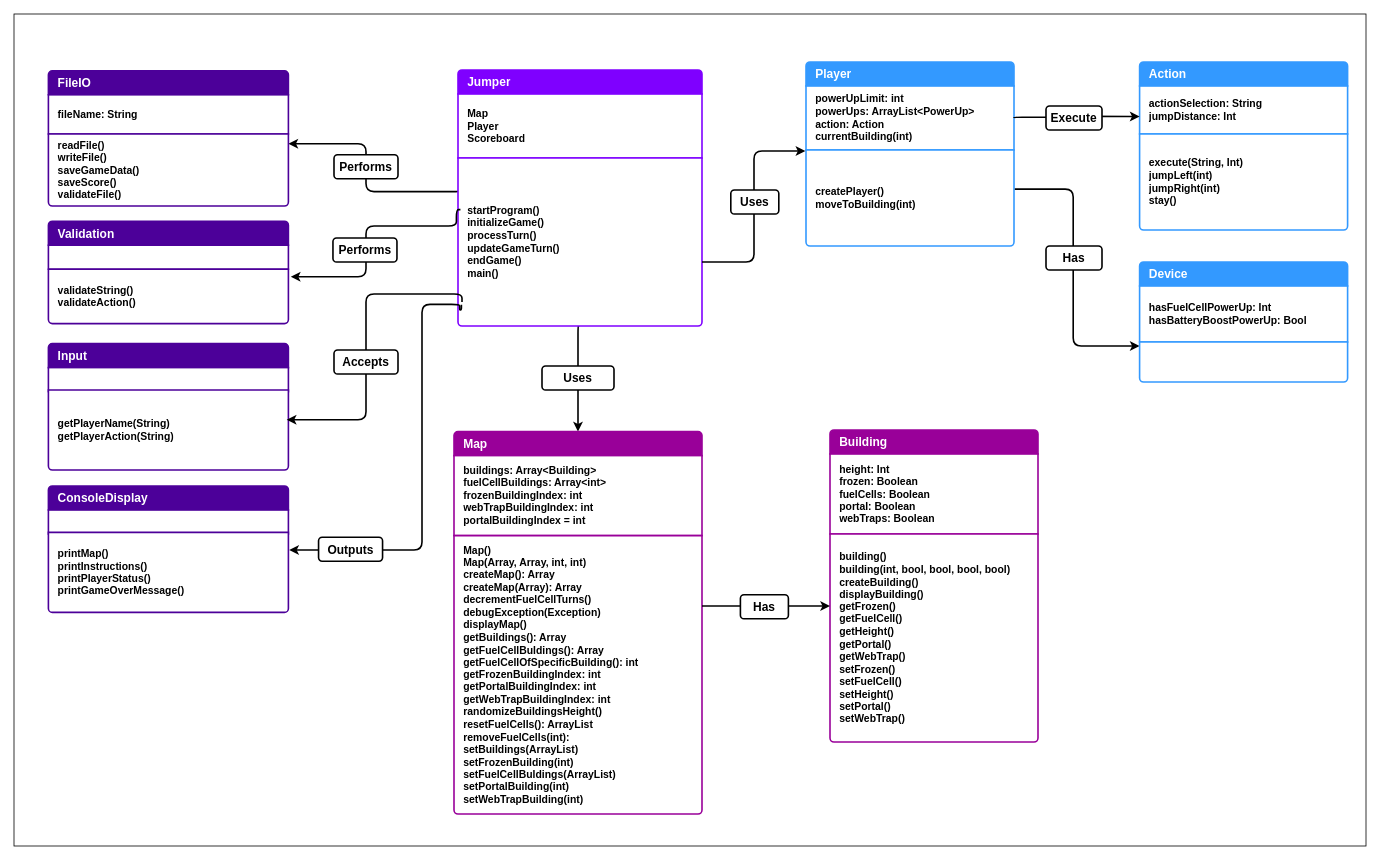
ByteToBits/CompScience keeps this draw.io diagram as Java Programming/Assignment Java Jumper/doc/ClassDiagram.drawio. Above is the earlier version. Source tidied: cells renumbered, new cells numbered last; positions are measured from the earlier drawing's top-left corner, leaving out a move shared by most shapes. Both pictures are drawn from the tidied source at 80%, with x=0, y=0 at pixel (14, 14).
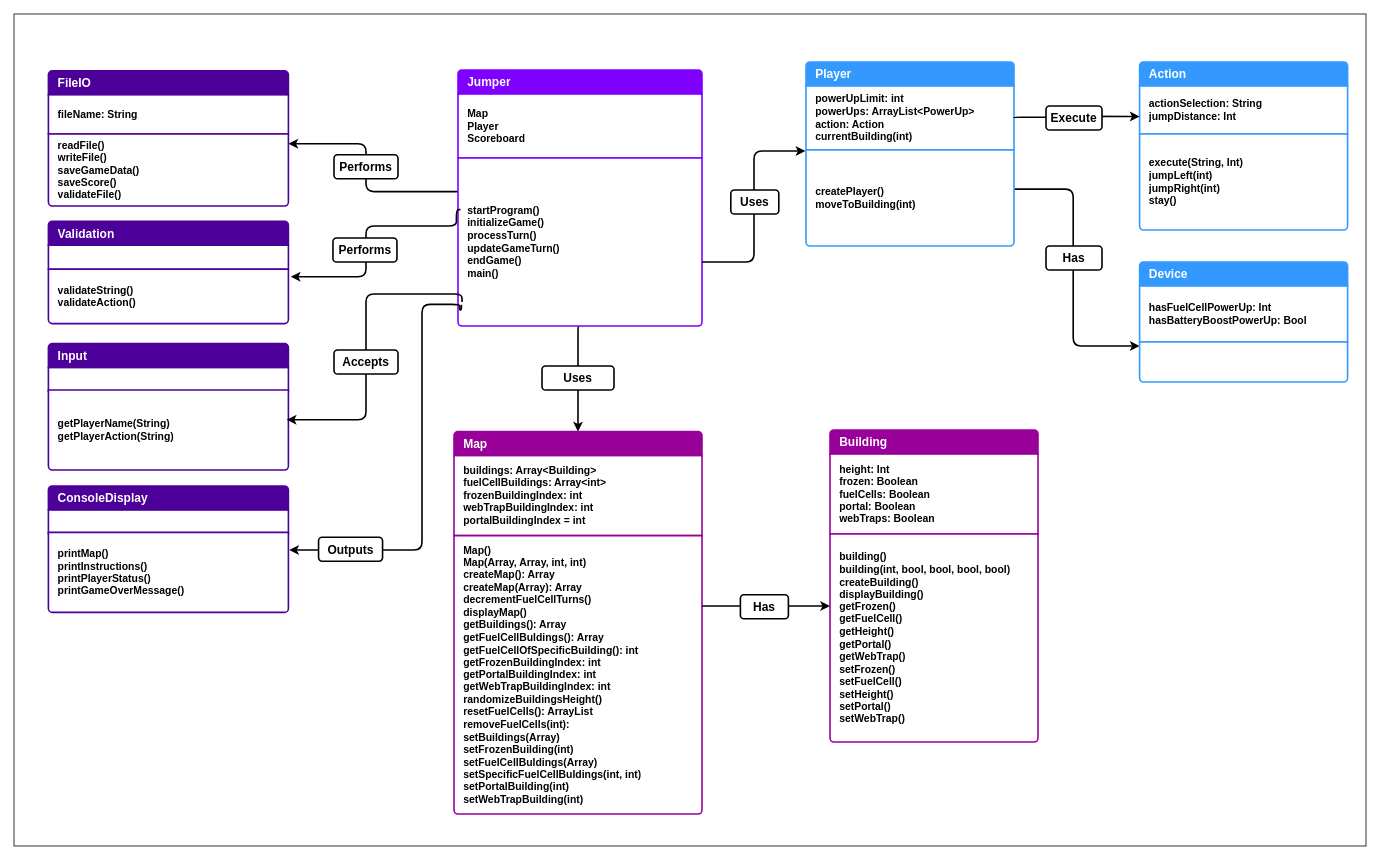
Above is the later version.

What changed in the source:
```diff
@@
-    <mxCell id="30" value="&lt;div&gt;Map()&lt;br&gt;Map(Array, Array, int, int)&lt;br&gt;createMap(): Array&lt;/div&gt;&lt;div&gt;createMap(&lt;span style=&quot;background-color: initial;&quot;&gt;Array&lt;/span&gt;&lt;span style=&quot;background-color: initial;&quot;&gt;): Array&lt;/span&gt;&lt;/div&gt;&lt;div&gt;decrementFuelCellTurns()&lt;/div&gt;&lt;div&gt;debugException(Exception)&lt;br&gt;displayMap()&lt;/div&gt;&lt;div&gt;getBuildings(): Array&lt;br&gt;getFuelCellBuldings(): Array&lt;/div&gt;&lt;div&gt;getFuelCellOfSpecificBuilding(): int&lt;br&gt;getFrozenBuildingIndex: int&lt;/div&gt;&lt;div&gt;getPortalBuildingIndex: int&lt;br&gt;getWebTrapBuildingIndex: int&lt;/div&gt;&lt;div&gt;randomizeBuildingsHeight()&lt;br&gt;&lt;/div&gt;&lt;div&gt;resetFuelCells(): ArrayList&lt;/div&gt;&lt;div&gt;removeFuelCells(int):&lt;br&gt;setBuildings(ArrayList)&lt;br&gt;setFrozenBuilding(int)&lt;br&gt;setFuelCellBuldings(ArrayList)&lt;/div&gt;&lt;div&gt;setPortalBuilding(int)&lt;br&gt;setWebTrapBuilding(int)&lt;br&gt;&lt;/div&gt;" style="text;strokeColor=#990099;fillColor=#FFFFFF;align=left;verticalAlign=middle;spacingLeft=10;spacingRight=10;overflow=hidden;whiteSpace=wrap;html=1;shape=mxgraph.bootstrap.bottomButton;rSize=5;fontColor=#000000;strokeWidth=2;labelPadding=0;labelBorderColor=none;fontSize=13;fontStyle=1;shadow=0;perimeterSpacing=0;swimlaneLine=0;" parent="1" vertex="1">
+    <mxCell id="30" value="&lt;div&gt;Map()&lt;br&gt;Map(Array, Array, int, int)&lt;br&gt;createMap(): Array&lt;/div&gt;&lt;div&gt;createMap(&lt;span style=&quot;background-color: initial;&quot;&gt;Array&lt;/span&gt;&lt;span style=&quot;background-color: initial;&quot;&gt;): Array&lt;/span&gt;&lt;/div&gt;&lt;div&gt;decrementFuelCellTurns()&lt;/div&gt;&lt;div&gt;displayMap()&lt;/div&gt;&lt;div&gt;getBuildings(): Array&lt;br&gt;getFuelCellBuldings(): Array&lt;/div&gt;&lt;div&gt;getFuelCellOfSpecificBuilding(): int&lt;br&gt;getFrozenBuildingIndex: int&lt;/div&gt;&lt;div&gt;getPortalBuildingIndex: int&lt;br&gt;getWebTrapBuildingIndex: int&lt;/div&gt;&lt;div&gt;randomizeBuildingsHeight()&lt;br&gt;&lt;/div&gt;&lt;div&gt;resetFuelCells(): ArrayList&lt;/div&gt;&lt;div&gt;removeFuelCells(int):&lt;br&gt;setBuildings(Array)&lt;br&gt;setFrozenBuilding(int)&lt;br&gt;setFuelCellBuldings(Array)&lt;/div&gt;&lt;div&gt;setSpecificFuelCellBuldings(int, int)&lt;br&gt;&lt;/div&gt;&lt;div&gt;setPortalBuilding(int)&lt;br&gt;setWebTrapBuilding(int)&lt;br&gt;&lt;/div&gt;" style="text;strokeColor=#990099;fillColor=#FFFFFF;align=left;verticalAlign=middle;spacingLeft=10;spacingRight=10;overflow=hidden;whiteSpace=wrap;html=1;shape=mxgraph.bootstrap.bottomButton;rSize=5;fontColor=#000000;strokeWidth=2;labelPadding=0;labelBorderColor=none;fontSize=13;fontStyle=1;shadow=0;perimeterSpacing=0;swimlaneLine=0;" parent="1" vertex="1">
       <mxGeometry x="550" y="652" width="310" height="348" as="geometry" />
     </mxCell>
```
